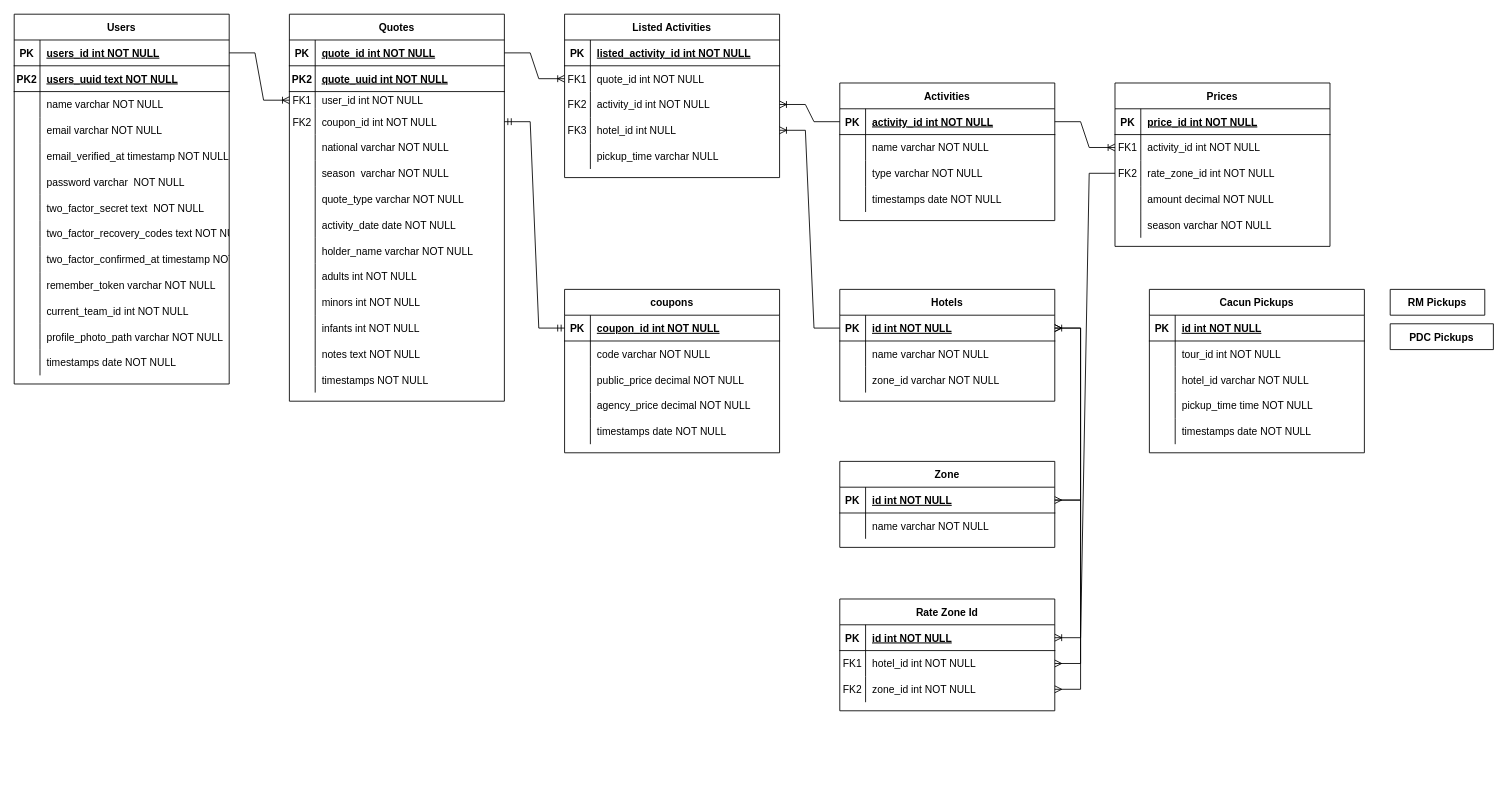
The draw.io diagram Diagrama sin título.drawio in Pcbtroniks/quote, before the edit. Source tidied: cells renumbered, new cells numbered last; positions are measured from the earlier drawing's top-left corner, leaving out a move shared by most shapes. Both pictures are drawn from the tidied source at 86%, with x=0, y=0 at pixel (14, 14).
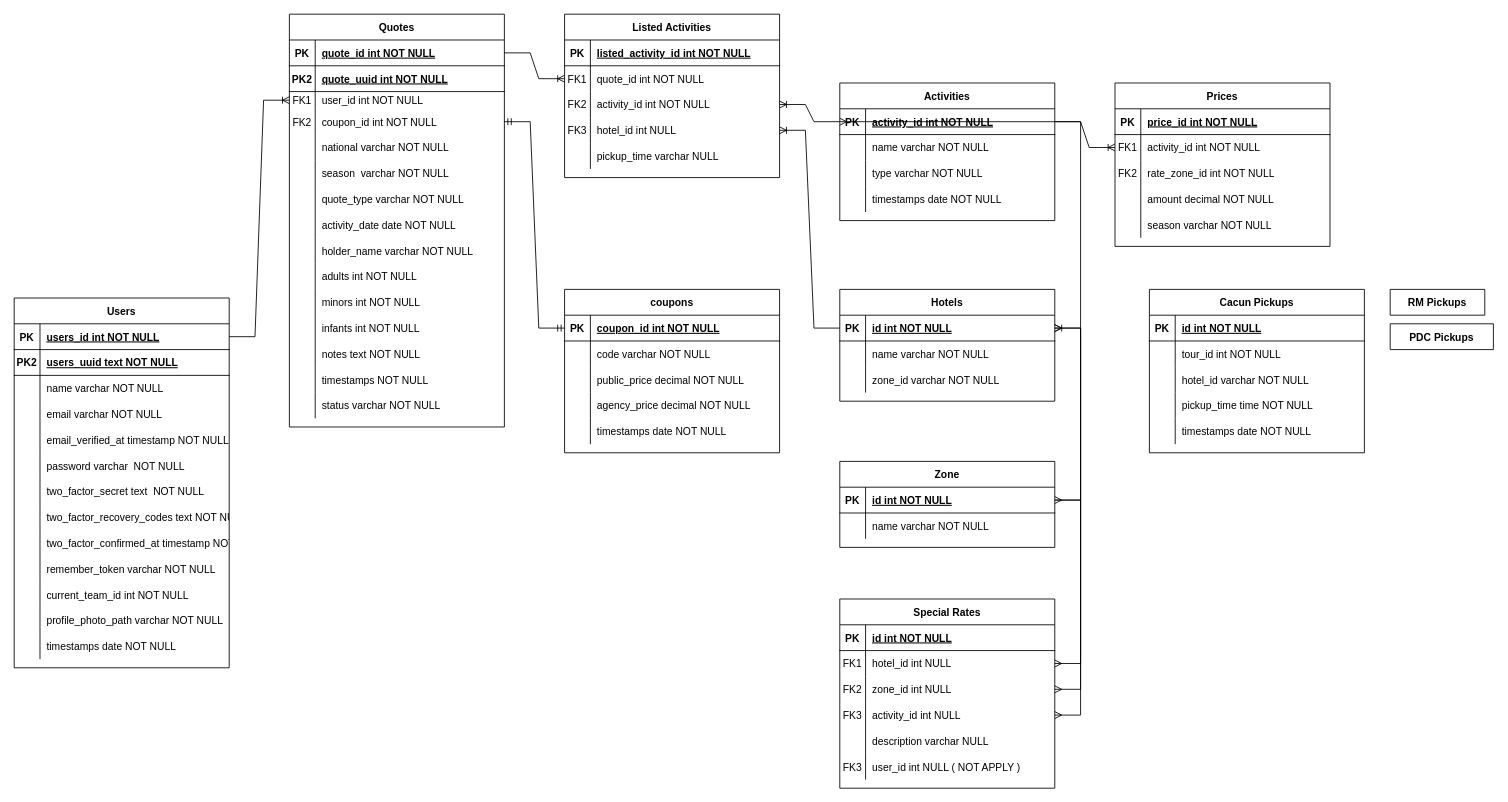
After the change.

The change refers to these unchanged cells:
```xml
<mxCell id="46" style="shape=partialRectangle;fillColor=none;points=[[0,0.5],[1,0.5]];portConstraint=eastwest;top=0;left=0;right=0;bottom=1;" parent="45" vertex="1">
  <mxGeometry y="30" width="250" height="30" as="geometry" />
</mxCell>
<mxCell id="105" style="shape=partialRectangle;fillColor=none;points=[[0,0.5],[1,0.5]];portConstraint=eastwest;top=0;left=0;right=0;bottom=0;" parent="98" vertex="1">
  <mxGeometry y="90" width="250" height="30" as="geometry" />
</mxCell>
<mxCell id="189" style="shape=partialRectangle;fillColor=none;points=[[0,0.5],[1,0.5]];portConstraint=eastwest;top=0;left=0;right=0;bottom=1;" parent="188" vertex="1">
  <mxGeometry y="30" width="250" height="30" as="geometry" />
</mxCell>
<mxCell id="192" style="shape=partialRectangle;fillColor=none;points=[[0,0.5],[1,0.5]];portConstraint=eastwest;top=0;left=0;right=0;bottom=0;" parent="188" vertex="1">
  <mxGeometry y="60" width="250" height="30" as="geometry" />
</mxCell>
<mxCell id="195" style="shape=partialRectangle;fillColor=none;points=[[0,0.5],[1,0.5]];portConstraint=eastwest;top=0;left=0;right=0;bottom=0;" parent="188" vertex="1">
  <mxGeometry y="90" width="250" height="30" as="geometry" />
</mxCell>
```

What changed in the source:
```diff
@@
     <mxCell id="2" value="Quotes" style="shape=table;startSize=30;childLayout=tableLayout;rowLines=0;fontStyle=1;align=center;" parent="1" vertex="1">
-      <mxGeometry x="320" width="250" height="450" as="geometry" />
+      <mxGeometry x="320" width="250" height="480" as="geometry" />
     </mxCell>
@@
+    <mxCell id="201" style="shape=partialRectangle;fillColor=none;top=0;left=0;right=0;bottom=0;" parent="2" vertex="1">
+      <mxGeometry y="440" width="250" height="30" as="geometry" />
+    </mxCell>
+    <mxCell id="202" style="shape=partialRectangle;overflow=hidden;fillColor=none;top=0;left=0;bottom=0;right=0;" parent="201" vertex="1">
+      <mxGeometry width="30" height="30" as="geometry" />
+    </mxCell>
+    <mxCell id="203" value="status varchar NOT NULL" style="shape=partialRectangle;overflow=hidden;fillColor=none;top=0;left=0;bottom=0;right=0;align=left;spacingLeft=6;" parent="201" vertex="1">
+      <mxGeometry x="30" width="220" height="30" as="geometry" />
+    </mxCell>
@@
     <mxCell id="58" value="Users" style="shape=table;startSize=30;childLayout=tableLayout;rowLines=0;fontStyle=1;align=center;" parent="1" vertex="1">
-      <mxGeometry width="250" height="430" as="geometry" />
+      <mxGeometry y="330" width="250" height="430" as="geometry" />
     </mxCell>
@@
-    <mxCell id="188" value="Rate Zone Id" style="shape=table;startSize=30;childLayout=tableLayout;rowLines=0;fontStyle=1;align=center;" parent="1" vertex="1">
-      <mxGeometry x="960" y="680" width="250" height="130" as="geometry" />
+    <mxCell id="188" value="Special Rates" style="shape=table;startSize=30;childLayout=tableLayout;rowLines=0;fontStyle=1;align=center;" parent="1" vertex="1">
+      <mxGeometry x="960" y="680" width="250" height="220" as="geometry" />
     </mxCell>
@@
-    <mxCell id="194" value="hotel_id int NOT NULL" style="shape=partialRectangle;overflow=hidden;fillColor=none;top=0;left=0;bottom=0;right=0;align=left;spacingLeft=6;" parent="192" vertex="1">
+    <mxCell id="194" value="hotel_id int NULL" style="shape=partialRectangle;overflow=hidden;fillColor=none;top=0;left=0;bottom=0;right=0;align=left;spacingLeft=6;" parent="192" vertex="1">
       <mxGeometry x="30" width="220" height="30" as="geometry" />
     </mxCell>
@@
-    <mxCell id="197" value="zone_id int NOT NULL" style="shape=partialRectangle;overflow=hidden;fillColor=none;top=0;left=0;bottom=0;right=0;align=left;spacingLeft=6;" parent="195" vertex="1">
+    <mxCell id="197" value="zone_id int NULL" style="shape=partialRectangle;overflow=hidden;fillColor=none;top=0;left=0;bottom=0;right=0;align=left;spacingLeft=6;" parent="195" vertex="1">
       <mxGeometry x="30" width="220" height="30" as="geometry" />
     </mxCell>
-    <mxCell id="198" style="edgeStyle=entityRelationEdgeStyle;fontSize=12;html=1;endArrow=ERoneToMany;rounded=0;" parent="1" edge="1" source="105" target="189">
-      <mxGeometry relative="1" as="geometry" />
-    </mxCell>
+    <mxCell id="204" style="shape=partialRectangle;fillColor=none;points=[[0,0.5],[1,0.5]];portConstraint=eastwest;top=0;left=0;right=0;bottom=0;" parent="188" vertex="1">
+      <mxGeometry y="120" width="250" height="30" as="geometry" />
+    </mxCell>
+    <mxCell id="205" value="FK3" style="shape=partialRectangle;overflow=hidden;fillColor=none;top=0;left=0;bottom=0;right=0;" parent="204" vertex="1">
+      <mxGeometry width="30" height="30" as="geometry" />
+    </mxCell>
+    <mxCell id="206" value="activity_id int NULL" style="shape=partialRectangle;overflow=hidden;fillColor=none;top=0;left=0;bottom=0;right=0;align=left;spacingLeft=6;" parent="204" vertex="1">
+      <mxGeometry x="30" width="220" height="30" as="geometry" />
+    </mxCell>
+    <mxCell id="207" style="shape=partialRectangle;fillColor=none;top=0;left=0;right=0;bottom=0;" parent="188" vertex="1">
+      <mxGeometry y="150" width="250" height="30" as="geometry" />
+    </mxCell>
+    <mxCell id="208" style="shape=partialRectangle;overflow=hidden;fillColor=none;top=0;left=0;bottom=0;right=0;" parent="207" vertex="1">
+      <mxGeometry width="30" height="30" as="geometry" />
+    </mxCell>
+    <mxCell id="209" value="description varchar NULL" style="shape=partialRectangle;overflow=hidden;fillColor=none;top=0;left=0;bottom=0;right=0;align=left;spacingLeft=6;" parent="207" vertex="1">
+      <mxGeometry x="30" width="220" height="30" as="geometry" />
+    </mxCell>
+    <mxCell id="210" style="shape=partialRectangle;fillColor=none;top=0;left=0;right=0;bottom=0;" parent="188" vertex="1">
+      <mxGeometry y="180" width="250" height="30" as="geometry" />
+    </mxCell>
+    <mxCell id="211" value="FK3" style="shape=partialRectangle;overflow=hidden;fillColor=none;top=0;left=0;bottom=0;right=0;" parent="210" vertex="1">
+      <mxGeometry width="30" height="30" as="geometry" />
+    </mxCell>
+    <mxCell id="212" value="user_id int NULL ( NOT APPLY )" style="shape=partialRectangle;overflow=hidden;fillColor=none;top=0;left=0;bottom=0;right=0;align=left;spacingLeft=6;" parent="210" vertex="1">
+      <mxGeometry x="30" width="220" height="30" as="geometry" />
+    </mxCell>
@@
+    <mxCell id="213" style="edgeStyle=entityRelationEdgeStyle;fontSize=12;html=1;endArrow=ERmany;startArrow=ERmany;rounded=0;exitX=0;exitY=0.5;exitDx=0;exitDy=0;" parent="1" edge="1" source="46" target="204">
+      <mxGeometry relative="1" as="geometry" />
+    </mxCell>
```
